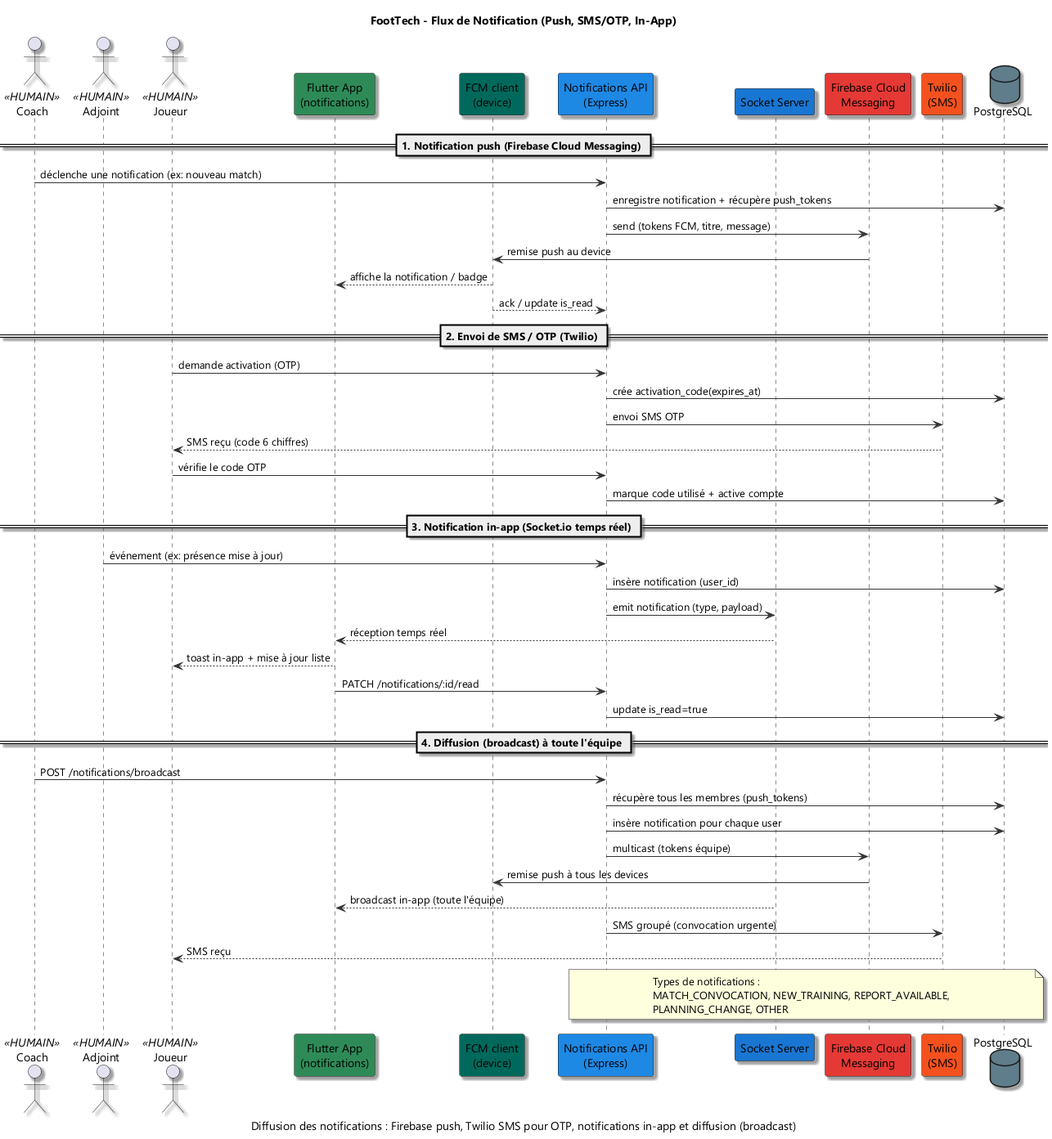
Earlier version of the PlantUML export diagrammes/08_notification_flow.png (boubayafares/pfe_complete).
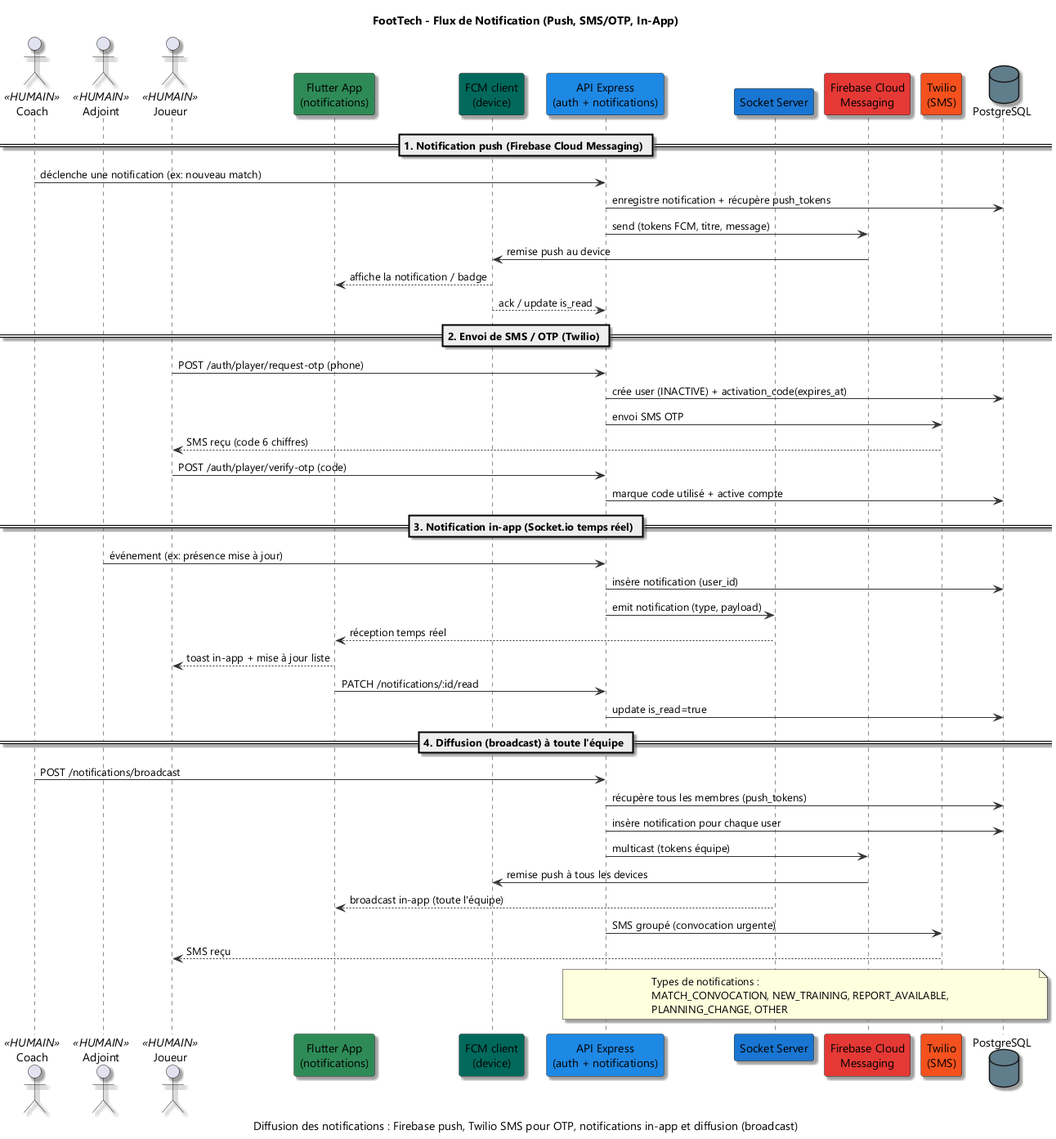
Later version of the same file.

The edit, as a diff of the source:
```diff
@@ -15,7 +15,7 @@
 participant "Flutter App\n(notifications)" as FLUTTER #2E8B57
 participant "FCM client\n(device)" as FCM_CLIENT #00695C
 
-participant "Notifications API\n(Express)" as NOTIF_API #1E88E5
+participant "API Express\n(auth + notifications)" as NOTIF_API #1E88E5
 participant "Socket Server" as SOCKET #1976D2
 
 participant "Firebase Cloud\nMessaging" as FIREBASE #E53935
@@ -34,11 +34,11 @@
 
 == 2. Envoi de SMS / OTP (Twilio) ==
 
-PLAYER -> NOTIF_API : demande activation (OTP)
-NOTIF_API -> PG : crée activation_code(expires_at)
+PLAYER -> NOTIF_API : POST /auth/player/request-otp (phone)
+NOTIF_API -> PG : crée user (INACTIVE) + activation_code(expires_at)
 NOTIF_API -> TWILIO : envoi SMS OTP
 TWILIO --> PLAYER : SMS reçu (code 6 chiffres)
-PLAYER -> NOTIF_API : vérifie le code OTP
+PLAYER -> NOTIF_API : POST /auth/player/verify-otp (code)
 NOTIF_API -> PG : marque code utilisé + active compte
 
 == 3. Notification in-app (Socket.io temps réel) ==
```
